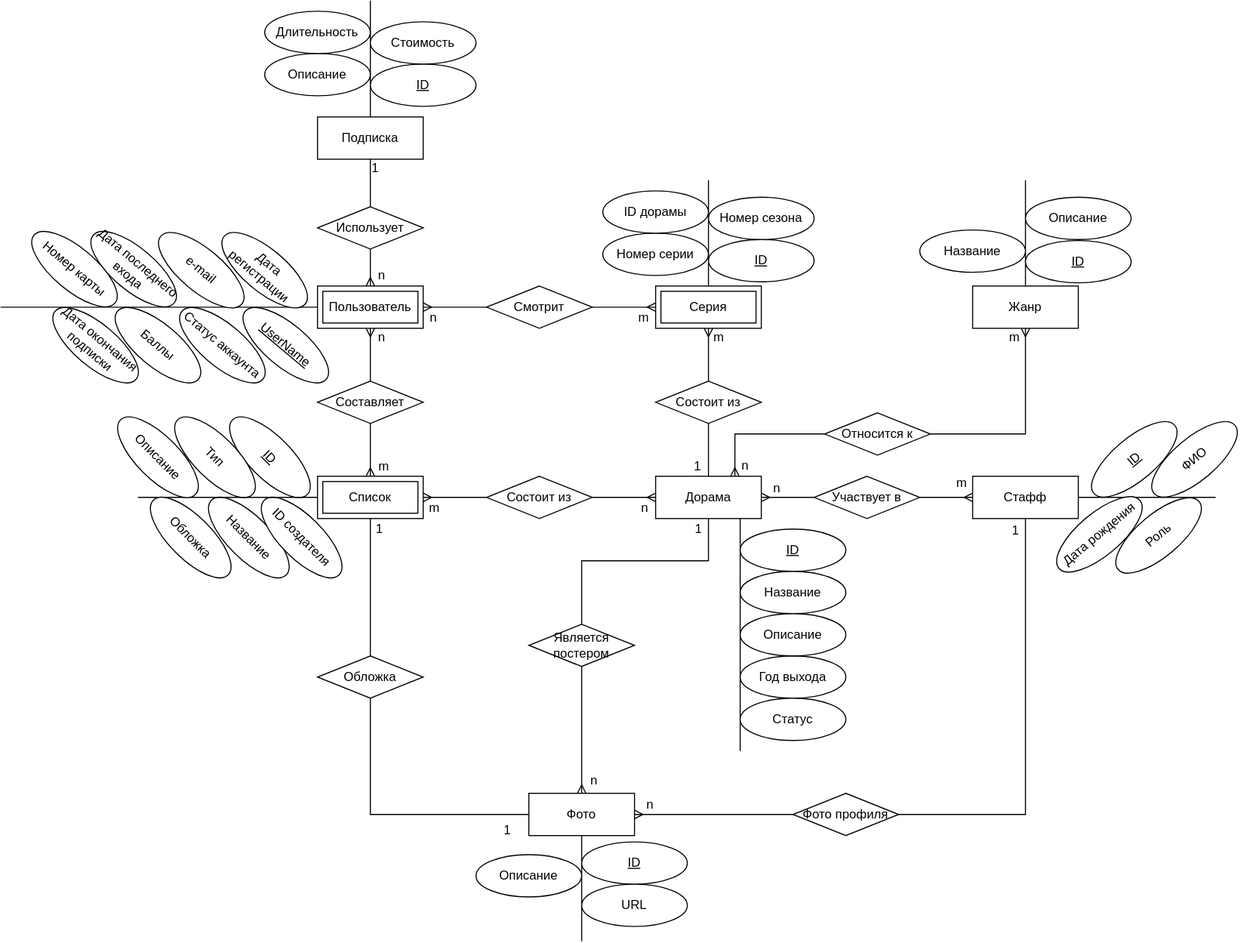
Earlier version of the draw.io export docs/img/er-diagram.svg (AskaryanKarine/DoramaSet). Source tidied: cells renumbered, new cells last; positions are measured from the earlier drawing's top-left corner, leaving out a move shared by most shapes.
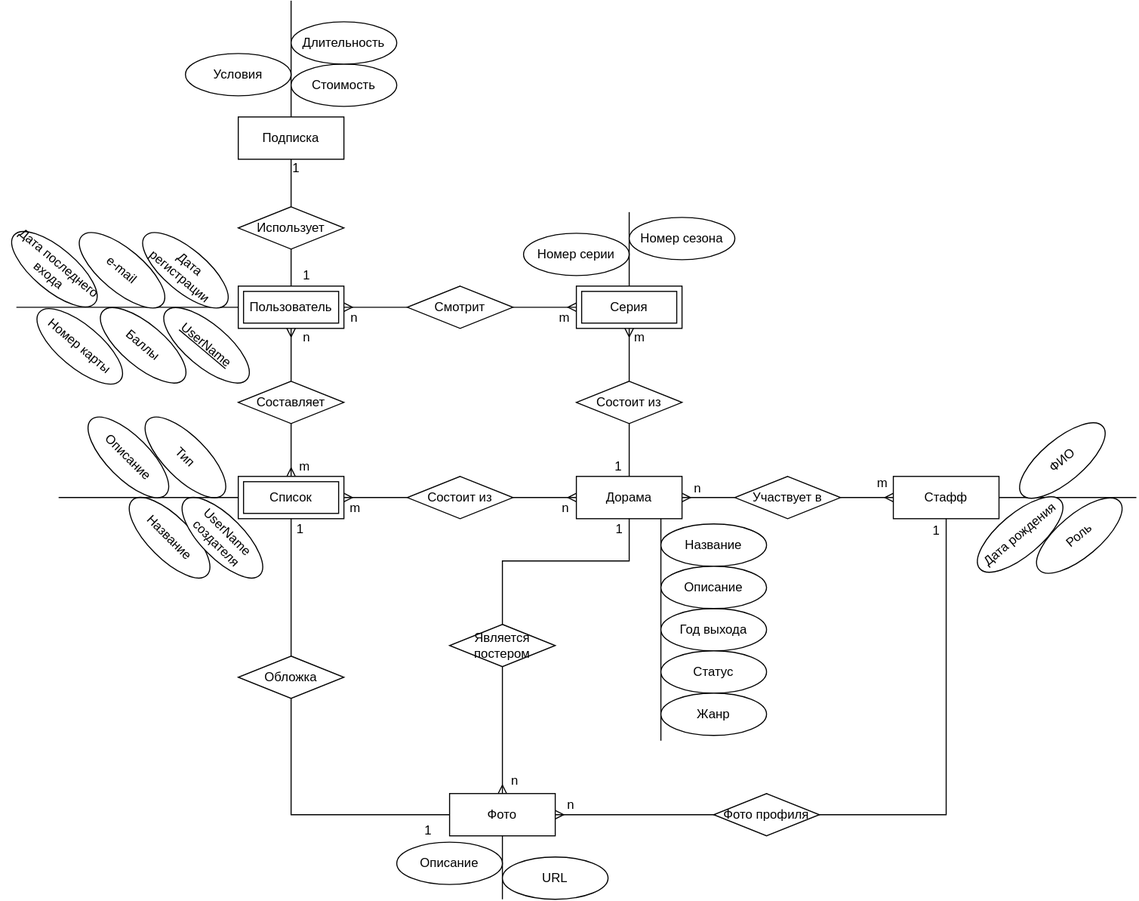
The same file after the commit.

Change to the diagram source:
```diff
@@ -7,7 +7,7 @@
     </mxCell>
     <mxCell id="3" style="edgeStyle=orthogonalEdgeStyle;rounded=0;jettySize=auto;html=1;exitX=0;exitY=0.5;exitDx=0;exitDy=0;endArrow=none;endFill=0;" parent="1" edge="1" source="59">
       <mxGeometry relative="1" as="geometry">
-        <mxPoint y="290" as="targetPoint" />
+        <mxPoint x="90" y="290" as="targetPoint" />
       </mxGeometry>
     </mxCell>
     <mxCell id="4" style="edgeStyle=none;rounded=0;jettySize=auto;html=1;entryX=0;entryY=0.5;entryDx=0;entryDy=0;startArrow=none;startFill=0;endArrow=ERmany;endFill=0;" parent="1" edge="1" source="16" target="10">
@@ -19,7 +19,7 @@
     <mxCell id="6" style="edgeStyle=orthogonalEdgeStyle;rounded=0;orthogonalLoop=1;jettySize=auto;html=1;exitX=0.5;exitY=1;exitDx=0;exitDy=0;endArrow=none;endFill=0;" parent="1" edge="1">
       <mxGeometry relative="1" as="geometry">
         <mxPoint x="700" y="490" as="sourcePoint" />
-        <mxPoint x="700" y="710" as="targetPoint" />
+        <mxPoint x="700" y="700" as="targetPoint" />
       </mxGeometry>
     </mxCell>
     <mxCell id="7" style="edgeStyle=orthogonalEdgeStyle;rounded=0;jettySize=auto;html=1;startArrow=none;startFill=0;endArrow=ERmany;endFill=0;" parent="1" edge="1" source="51" target="52">
@@ -28,13 +28,6 @@
     <mxCell id="8" style="rounded=0;jettySize=auto;html=1;entryX=0.5;entryY=0;entryDx=0;entryDy=0;startArrow=none;startFill=0;endArrow=ERmany;endFill=0;exitX=0.5;exitY=1;exitDx=0;exitDy=0;edgeStyle=orthogonalEdgeStyle;" parent="1" edge="1" source="55" target="42">
       <mxGeometry relative="1" as="geometry" />
     </mxCell>
-    <mxCell id="9" style="edgeStyle=orthogonalEdgeStyle;rounded=0;jettySize=auto;html=1;exitX=1;exitY=0.5;exitDx=0;exitDy=0;entryX=0.5;entryY=1;entryDx=0;entryDy=0;endArrow=ERmany;endFill=0;startArrow=none;" parent="1" edge="1" source="82" target="77">
-      <mxGeometry relative="1" as="geometry">
-        <Array as="points">
-          <mxPoint x="970" y="410" />
-        </Array>
-      </mxGeometry>
-    </mxCell>
     <mxCell id="10" value="Дорама" style="whiteSpace=wrap;html=1;align=center;" parent="1" vertex="1">
       <mxGeometry x="620" y="450" width="100" height="40" as="geometry" />
     </mxCell>
@@ -74,17 +67,11 @@
     <mxCell id="20" value="Дата регистрации" style="ellipse;whiteSpace=wrap;html=1;align=center;rotation=40;" parent="1" vertex="1">
       <mxGeometry x="200" y="235" width="100" height="40" as="geometry" />
     </mxCell>
-    <mxCell id="21" value="ID" style="ellipse;whiteSpace=wrap;html=1;align=center;fontStyle=4;rotation=45;" parent="1" vertex="1">
-      <mxGeometry x="205" y="412" width="100" height="40" as="geometry" />
-    </mxCell>
     <mxCell id="22" value="Название" style="ellipse;whiteSpace=wrap;html=1;align=center;rotation=45;" parent="1" vertex="1">
       <mxGeometry x="185" y="488" width="100" height="40" as="geometry" />
     </mxCell>
-    <mxCell id="23" value="ID" style="ellipse;whiteSpace=wrap;html=1;align=center;fontStyle=4;rotation=-40;" parent="1" vertex="1">
-      <mxGeometry x="1023" y="414" width="100" height="40" as="geometry" />
-    </mxCell>
     <mxCell id="24" value="ФИО" style="ellipse;whiteSpace=wrap;html=1;align=center;rotation=-40;" parent="1" vertex="1">
-      <mxGeometry x="1080" y="414" width="100" height="40" as="geometry" />
+      <mxGeometry x="1030" y="415" width="100" height="40" as="geometry" />
     </mxCell>
     <mxCell id="25" value="Дата рождения" style="ellipse;whiteSpace=wrap;html=1;align=center;rotation=-40;" parent="1" vertex="1">
       <mxGeometry x="990" y="485" width="100" height="40" as="geometry" />
@@ -93,29 +80,26 @@
       <mxGeometry x="1046" y="486" width="100" height="40" as="geometry" />
     </mxCell>
     <mxCell id="27" value="Тип" style="ellipse;whiteSpace=wrap;html=1;align=center;rotation=45;" parent="1" vertex="1">
-      <mxGeometry x="153" y="412" width="100" height="40" as="geometry" />
+      <mxGeometry x="200" y="412" width="100" height="40" as="geometry" />
     </mxCell>
-    <mxCell id="28" value="ID" style="ellipse;whiteSpace=wrap;html=1;align=center;fontStyle=4;" parent="1" vertex="1">
-      <mxGeometry x="700" y="500" width="100" height="40" as="geometry" />
-    </mxCell>
     <mxCell id="29" value="Название" style="ellipse;whiteSpace=wrap;html=1;align=center;" parent="1" vertex="1">
-      <mxGeometry x="700" y="540" width="100" height="40" as="geometry" />
+      <mxGeometry x="700" y="495" width="100" height="40" as="geometry" />
     </mxCell>
     <mxCell id="30" value="Год выхода" style="ellipse;whiteSpace=wrap;html=1;align=center;" parent="1" vertex="1">
-      <mxGeometry x="700" y="620" width="100" height="40" as="geometry" />
+      <mxGeometry x="700" y="575" width="100" height="40" as="geometry" />
     </mxCell>
     <mxCell id="31" value="Статус" style="ellipse;whiteSpace=wrap;html=1;align=center;" parent="1" vertex="1">
-      <mxGeometry x="700" y="660" width="100" height="40" as="geometry" />
+      <mxGeometry x="700" y="615" width="100" height="40" as="geometry" />
     </mxCell>
-    <mxCell id="32" value="ID создателя" style="ellipse;whiteSpace=wrap;html=1;align=center;rotation=45;" parent="1" vertex="1">
+    <mxCell id="32" value="UserName создателя" style="ellipse;whiteSpace=wrap;html=1;align=center;rotation=45;" parent="1" vertex="1">
       <mxGeometry x="235" y="488" width="100" height="40" as="geometry" />
     </mxCell>
     <mxCell id="33" value="Описание" style="ellipse;whiteSpace=wrap;html=1;align=center;" parent="1" vertex="1">
-      <mxGeometry x="700" y="580" width="100" height="40" as="geometry" />
+      <mxGeometry x="700" y="535" width="100" height="40" as="geometry" />
     </mxCell>
     <mxCell id="34" style="edgeStyle=orthogonalEdgeStyle;rounded=0;jettySize=auto;html=1;startArrow=none;startFill=0;endArrow=none;endFill=0;exitX=0.5;exitY=0;exitDx=0;exitDy=0;" parent="1" edge="1" source="52">
       <mxGeometry relative="1" as="geometry">
-        <mxPoint x="670" y="170" as="targetPoint" />
+        <mxPoint x="670" y="200" as="targetPoint" />
       </mxGeometry>
     </mxCell>
     <mxCell id="35" style="edgeStyle=orthogonalEdgeStyle;rounded=0;jettySize=auto;html=1;entryX=0;entryY=0.5;entryDx=0;entryDy=0;startArrow=ERmany;startFill=0;endArrow=none;endFill=0;exitX=1;exitY=0.5;exitDx=0;exitDy=0;" parent="1" edge="1" source="59" target="37">
@@ -144,26 +128,20 @@
     </mxCell>
     <mxCell id="41" style="edgeStyle=orthogonalEdgeStyle;rounded=0;jettySize=auto;html=1;startArrow=none;startFill=0;endArrow=none;endFill=0;entryX=0.5;entryY=1;entryDx=0;entryDy=0;" parent="1" edge="1" target="42">
       <mxGeometry relative="1" as="geometry">
-        <mxPoint x="550" y="890" as="sourcePoint" />
+        <mxPoint x="550" y="850" as="sourcePoint" />
       </mxGeometry>
     </mxCell>
     <mxCell id="42" value="Фото" style="shape=ext;margin=3;double=0;whiteSpace=wrap;html=1;align=center;" parent="1" vertex="1">
       <mxGeometry x="500" y="750" width="100" height="40" as="geometry" />
     </mxCell>
-    <mxCell id="43" value="ID" style="ellipse;whiteSpace=wrap;html=1;align=center;fontStyle=4;" parent="1" vertex="1">
-      <mxGeometry x="550" y="796" width="100" height="40" as="geometry" />
-    </mxCell>
     <mxCell id="44" value="Описание" style="ellipse;whiteSpace=wrap;html=1;align=center;" parent="1" vertex="1">
-      <mxGeometry x="450" y="808" width="100" height="40" as="geometry" />
+      <mxGeometry x="450" y="796" width="100" height="40" as="geometry" />
     </mxCell>
     <mxCell id="45" value="e-mail" style="ellipse;whiteSpace=wrap;html=1;align=center;rotation=40;" parent="1" vertex="1">
       <mxGeometry x="140" y="235" width="100" height="40" as="geometry" />
     </mxCell>
-    <mxCell id="46" value="ID" style="ellipse;whiteSpace=wrap;html=1;align=center;fontStyle=4;" parent="1" vertex="1">
-      <mxGeometry x="670" y="226" width="100" height="40" as="geometry" />
-    </mxCell>
     <mxCell id="47" value="Номер сезона" style="ellipse;whiteSpace=wrap;html=1;align=center;" parent="1" vertex="1">
-      <mxGeometry x="670" y="186" width="100" height="40" as="geometry" />
+      <mxGeometry x="670" y="205" width="100" height="40" as="geometry" />
     </mxCell>
     <mxCell id="48" value="Номер серии" style="ellipse;whiteSpace=wrap;html=1;align=center;" parent="1" vertex="1">
       <mxGeometry x="570" y="220" width="100" height="40" as="geometry" />
@@ -180,9 +158,6 @@
     <mxCell id="52" value="Серия" style="shape=ext;margin=3;double=1;whiteSpace=wrap;html=1;align=center;" parent="1" vertex="1">
       <mxGeometry x="620" y="270" width="100" height="40" as="geometry" />
     </mxCell>
-    <mxCell id="53" value="ID дорамы" style="ellipse;whiteSpace=wrap;html=1;align=center;" parent="1" vertex="1">
-      <mxGeometry x="570" y="180" width="100" height="40" as="geometry" />
-    </mxCell>
     <mxCell id="54" style="rounded=0;jettySize=auto;html=1;entryX=0.5;entryY=0;entryDx=0;entryDy=0;startArrow=none;startFill=0;endArrow=none;endFill=0;edgeStyle=orthogonalEdgeStyle;" parent="1" edge="1" source="10" target="55">
       <mxGeometry relative="1" as="geometry">
         <Array as="points">
@@ -197,9 +172,6 @@
     <mxCell id="56" value="Фото профиля" style="shape=rhombus;perimeter=rhombusPerimeter;whiteSpace=wrap;html=1;align=center;" parent="1" vertex="1">
       <mxGeometry x="750" y="750" width="100" height="40" as="geometry" />
     </mxCell>
-    <mxCell id="57" value="Статус аккаунта" style="ellipse;whiteSpace=wrap;html=1;align=center;rotation=40;" parent="1" vertex="1">
-      <mxGeometry x="160" y="306" width="100" height="40" as="geometry" />
-    </mxCell>
     <mxCell id="58" style="edgeStyle=none;rounded=0;jettySize=auto;html=1;entryX=0.5;entryY=1;entryDx=0;entryDy=0;endArrow=none;endFill=0;startArrow=none;" parent="1" edge="1" source="63" target="61">
       <mxGeometry relative="1" as="geometry" />
     </mxCell>
@@ -214,71 +186,39 @@
     <mxCell id="61" value="Подписка" style="whiteSpace=wrap;html=1;align=center;" parent="1" vertex="1">
       <mxGeometry x="300" y="110" width="100" height="40" as="geometry" />
     </mxCell>
-    <mxCell id="62" style="edgeStyle=none;rounded=0;jettySize=auto;html=1;entryX=0.5;entryY=1;entryDx=0;entryDy=0;endArrow=none;endFill=0;startArrow=ERmany;startFill=0;" parent="1" edge="1" source="59" target="63">
+    <mxCell id="62" style="edgeStyle=none;rounded=0;jettySize=auto;html=1;entryX=0.5;entryY=1;entryDx=0;entryDy=0;endArrow=none;endFill=0;startArrow=none;startFill=0;" parent="1" edge="1" source="59" target="63">
       <mxGeometry relative="1" as="geometry" />
     </mxCell>
     <mxCell id="63" value="Использует" style="shape=rhombus;perimeter=rhombusPerimeter;whiteSpace=wrap;html=1;align=center;" parent="1" vertex="1">
       <mxGeometry x="300" y="195" width="100" height="40" as="geometry" />
     </mxCell>
-    <mxCell id="64" value="ID" style="ellipse;whiteSpace=wrap;html=1;align=center;fontStyle=4;" parent="1" vertex="1">
-      <mxGeometry x="350" y="60" width="100" height="40" as="geometry" />
-    </mxCell>
-    <mxCell id="65" value="Описание" style="ellipse;whiteSpace=wrap;html=1;align=center;" parent="1" vertex="1">
+    <mxCell id="65" value="Условия" style="ellipse;whiteSpace=wrap;html=1;align=center;" parent="1" vertex="1">
       <mxGeometry x="250" y="50" width="100" height="40" as="geometry" />
     </mxCell>
     <mxCell id="66" value="Стоимость" style="ellipse;whiteSpace=wrap;html=1;align=center;" parent="1" vertex="1">
-      <mxGeometry x="350" y="20" width="100" height="40" as="geometry" />
+      <mxGeometry x="350" y="60" width="100" height="40" as="geometry" />
     </mxCell>
     <mxCell id="67" value="Длительность" style="ellipse;whiteSpace=wrap;html=1;align=center;" parent="1" vertex="1">
-      <mxGeometry x="250" y="10" width="100" height="40" as="geometry" />
+      <mxGeometry x="350" y="20" width="100" height="40" as="geometry" />
     </mxCell>
     <mxCell id="68" value="Дата последнего входа" style="ellipse;whiteSpace=wrap;html=1;align=center;rotation=40;" parent="1" vertex="1">
       <mxGeometry x="76" y="234" width="100" height="40" as="geometry" />
     </mxCell>
     <mxCell id="69" value="Баллы" style="ellipse;whiteSpace=wrap;html=1;align=center;rotation=40;" parent="1" vertex="1">
-      <mxGeometry x="99" y="306" width="100" height="40" as="geometry" />
+      <mxGeometry x="160" y="306" width="100" height="40" as="geometry" />
     </mxCell>
     <mxCell id="70" value="Номер карты" style="ellipse;whiteSpace=wrap;html=1;align=center;rotation=40;" parent="1" vertex="1">
-      <mxGeometry x="20" y="234" width="100" height="40" as="geometry" />
+      <mxGeometry x="100" y="307" width="100" height="40" as="geometry" />
     </mxCell>
-    <mxCell id="71" value="Дата окончания подписки" style="ellipse;whiteSpace=wrap;html=1;align=center;rotation=40;" parent="1" vertex="1">
-      <mxGeometry x="40" y="306" width="100" height="40" as="geometry" />
-    </mxCell>
     <mxCell id="72" value="Описание" style="ellipse;whiteSpace=wrap;html=1;align=center;rotation=45;" parent="1" vertex="1">
-      <mxGeometry x="99" y="412" width="100" height="40" as="geometry" />
+      <mxGeometry x="146" y="412" width="100" height="40" as="geometry" />
     </mxCell>
-    <mxCell id="73" value="Обложка" style="ellipse;whiteSpace=wrap;html=1;align=center;rotation=45;" parent="1" vertex="1">
-      <mxGeometry x="130" y="488" width="100" height="40" as="geometry" />
-    </mxCell>
     <mxCell id="74" style="edgeStyle=none;rounded=0;jettySize=auto;html=1;entryX=0.5;entryY=0;entryDx=0;entryDy=0;endArrow=none;endFill=0;" parent="1" edge="1" source="40" target="75">
       <mxGeometry relative="1" as="geometry" />
     </mxCell>
     <mxCell id="75" value="Обложка" style="shape=rhombus;perimeter=rhombusPerimeter;whiteSpace=wrap;html=1;align=center;" parent="1" vertex="1">
       <mxGeometry x="300" y="620" width="100" height="40" as="geometry" />
     </mxCell>
-    <mxCell id="76" style="edgeStyle=none;rounded=0;jettySize=auto;html=1;endArrow=none;endFill=0;" parent="1" edge="1" source="77">
-      <mxGeometry relative="1" as="geometry">
-        <mxPoint x="970" y="170" as="targetPoint" />
-      </mxGeometry>
-    </mxCell>
-    <mxCell id="77" value="Жанр" style="whiteSpace=wrap;html=1;align=center;" parent="1" vertex="1">
-      <mxGeometry x="920" y="270" width="100" height="40" as="geometry" />
-    </mxCell>
-    <mxCell id="78" value="ID" style="ellipse;whiteSpace=wrap;html=1;align=center;fontStyle=4;" parent="1" vertex="1">
-      <mxGeometry x="970" y="227" width="100" height="40" as="geometry" />
-    </mxCell>
-    <mxCell id="79" value="Название" style="ellipse;whiteSpace=wrap;html=1;align=center;" parent="1" vertex="1">
-      <mxGeometry x="870" y="217" width="100" height="40" as="geometry" />
-    </mxCell>
-    <mxCell id="80" value="Описание" style="ellipse;whiteSpace=wrap;html=1;align=center;" parent="1" vertex="1">
-      <mxGeometry x="970" y="186" width="100" height="40" as="geometry" />
-    </mxCell>
-    <mxCell id="81" style="edgeStyle=orthogonalEdgeStyle;rounded=0;jettySize=auto;html=1;exitX=0.75;exitY=0;exitDx=0;exitDy=0;entryX=0;entryY=0.5;entryDx=0;entryDy=0;endArrow=none;endFill=0;startArrow=ERmany;startFill=0;" parent="1" edge="1" source="10" target="82">
-      <mxGeometry relative="1" as="geometry" />
-    </mxCell>
-    <mxCell id="82" value="Относится к" style="shape=rhombus;perimeter=rhombusPerimeter;whiteSpace=wrap;html=1;align=center;" parent="1" vertex="1">
-      <mxGeometry x="780" y="390" width="100" height="40" as="geometry" />
-    </mxCell>
     <mxCell id="83" value="n" style="text;html=1;strokeColor=none;fillColor=none;align=center;verticalAlign=middle;whiteSpace=wrap;rounded=0;" parent="1" vertex="1">
       <mxGeometry x="532" y="723" width="60" height="30" as="geometry" />
     </mxCell>
@@ -294,11 +234,8 @@
     <mxCell id="87" value="1" style="text;html=1;strokeColor=none;fillColor=none;align=center;verticalAlign=middle;whiteSpace=wrap;rounded=0;" parent="1" vertex="1">
       <mxGeometry x="325" y="144" width="60" height="30" as="geometry" />
     </mxCell>
-    <mxCell id="88" value="n" style="text;html=1;strokeColor=none;fillColor=none;align=center;verticalAlign=middle;whiteSpace=wrap;rounded=0;" parent="1" vertex="1">
-      <mxGeometry x="331" y="245" width="60" height="30" as="geometry" />
-    </mxCell>
     <mxCell id="89" value="n" style="text;html=1;strokeColor=none;fillColor=none;align=center;verticalAlign=middle;whiteSpace=wrap;rounded=0;" parent="1" vertex="1">
-      <mxGeometry x="331" y="304" width="60" height="30" as="geometry" />
+      <mxGeometry x="335" y="304" width="60" height="30" as="geometry" />
     </mxCell>
     <mxCell id="90" value="m" style="text;html=1;strokeColor=none;fillColor=none;align=center;verticalAlign=middle;whiteSpace=wrap;rounded=0;" parent="1" vertex="1">
       <mxGeometry x="333" y="426" width="60" height="30" as="geometry" />
@@ -321,18 +258,12 @@
     <mxCell id="96" value="m" style="text;html=1;strokeColor=none;fillColor=none;align=center;verticalAlign=middle;whiteSpace=wrap;rounded=0;" parent="1" vertex="1">
       <mxGeometry x="381" y="465" width="60" height="30" as="geometry" />
     </mxCell>
-    <mxCell id="97" value="n" style="text;html=1;strokeColor=none;fillColor=none;align=center;verticalAlign=middle;whiteSpace=wrap;rounded=0;" parent="1" vertex="1">
-      <mxGeometry x="675" y="425" width="60" height="30" as="geometry" />
-    </mxCell>
     <mxCell id="98" value="n" style="text;html=1;strokeColor=none;fillColor=none;align=center;verticalAlign=middle;whiteSpace=wrap;rounded=0;" parent="1" vertex="1">
       <mxGeometry x="705" y="447" width="60" height="30" as="geometry" />
     </mxCell>
     <mxCell id="99" value="1" style="text;html=1;strokeColor=none;fillColor=none;align=center;verticalAlign=middle;whiteSpace=wrap;rounded=0;" parent="1" vertex="1">
       <mxGeometry x="631" y="485" width="60" height="30" as="geometry" />
     </mxCell>
-    <mxCell id="100" value="m" style="text;html=1;strokeColor=none;fillColor=none;align=center;verticalAlign=middle;whiteSpace=wrap;rounded=0;" parent="1" vertex="1">
-      <mxGeometry x="930" y="304" width="60" height="30" as="geometry" />
-    </mxCell>
     <mxCell id="101" value="1" style="text;html=1;strokeColor=none;fillColor=none;align=center;verticalAlign=middle;whiteSpace=wrap;rounded=0;" parent="1" vertex="1">
       <mxGeometry x="931" y="487" width="60" height="30" as="geometry" />
     </mxCell>
@@ -340,7 +271,13 @@
       <mxGeometry x="585" y="746" width="60" height="30" as="geometry" />
     </mxCell>
     <mxCell id="103" value="URL" style="ellipse;whiteSpace=wrap;html=1;align=center;" parent="1" vertex="1">
-      <mxGeometry x="550" y="836" width="100" height="40" as="geometry" />
+      <mxGeometry x="550" y="810" width="100" height="40" as="geometry" />
     </mxCell>
+    <mxCell id="88" value="1" style="text;html=1;strokeColor=none;fillColor=none;align=center;verticalAlign=middle;whiteSpace=wrap;rounded=0;" parent="1" vertex="1">
+      <mxGeometry x="335" y="245" width="60" height="30" as="geometry" />
+    </mxCell>
+    <mxCell id="77" value="Жанр" style="ellipse;whiteSpace=wrap;html=1;align=center;" parent="1" vertex="1">
+      <mxGeometry x="700" y="655" width="100" height="40" as="geometry" />
+    </mxCell>
   </root>
 </mxGraphModel>
```
